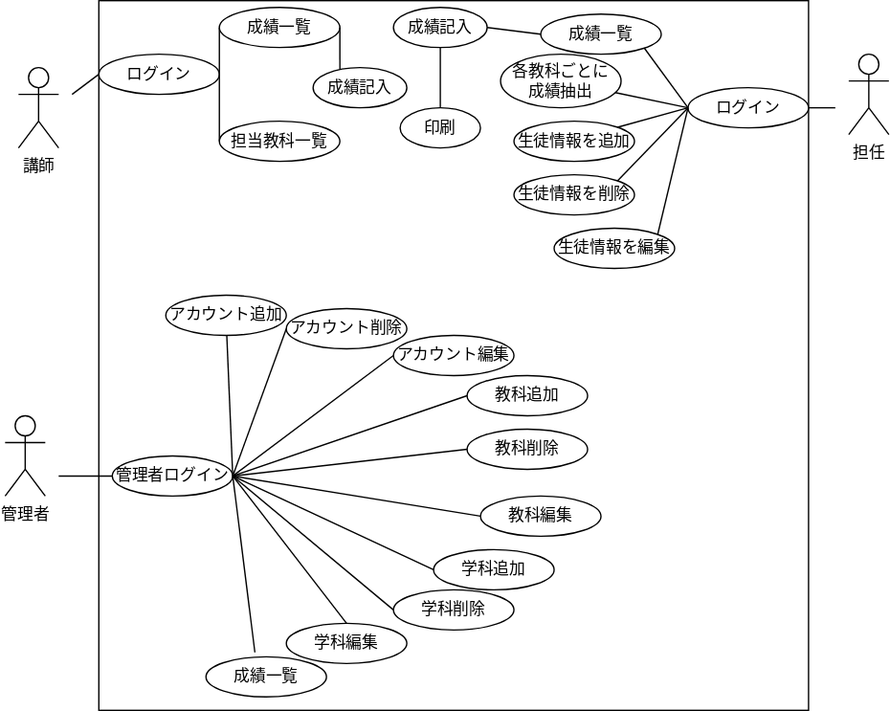
nakamachiJP/uml-introduction keeps this draw.io diagram as a.drawio.svg. Above is the earlier version. Source tidied: cells renumbered, new cells last; positions are measured from the earlier drawing's top-left corner, leaving out a move shared by most shapes.
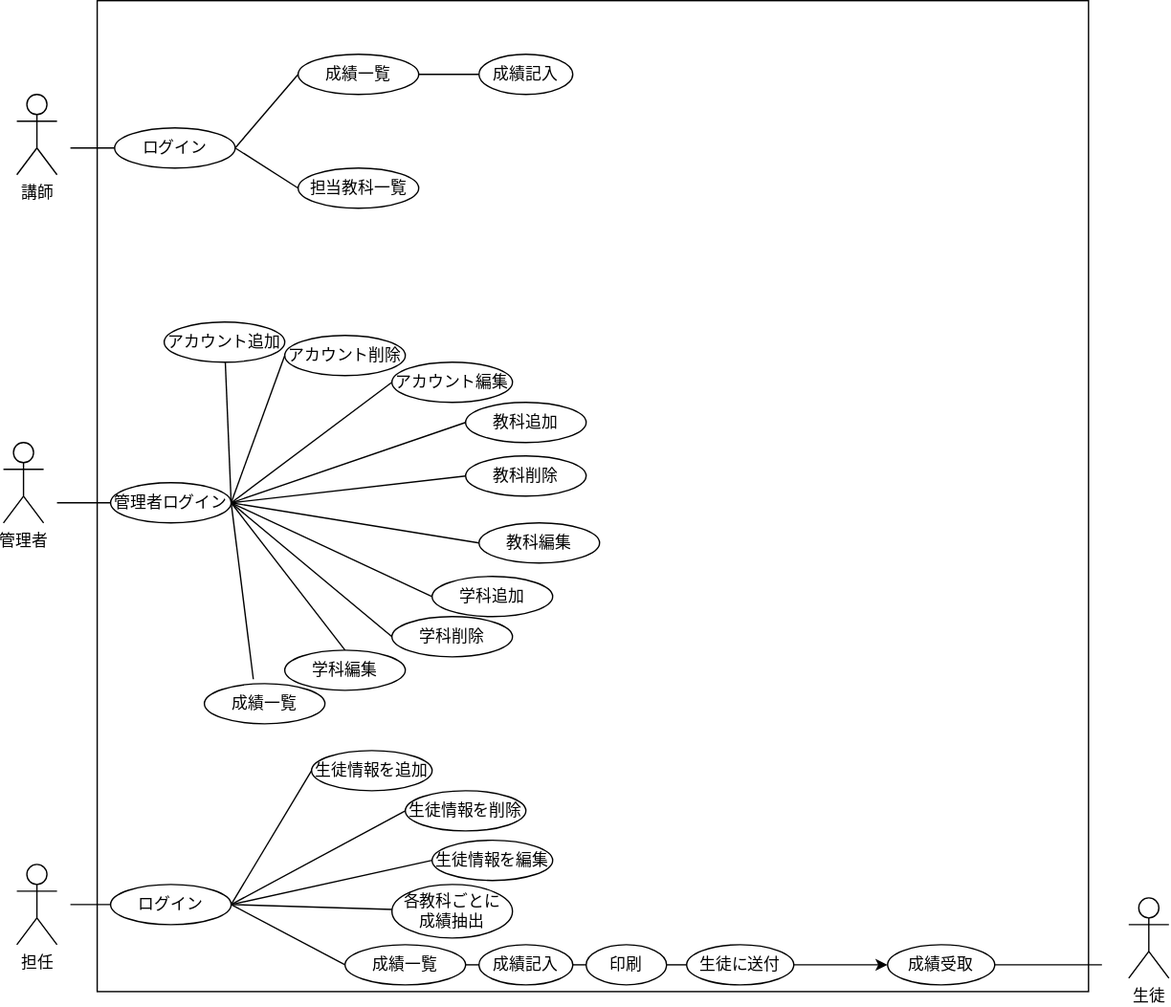
After the commit.

The edit, as a diff of the source:
```diff
@@ -9,13 +9,13 @@
       <mxGeometry y="310" width="30" height="60" as="geometry" />
     </mxCell>
     <mxCell id="4" style="whiteSpace=wrap;html=1;" parent="1" vertex="1">
-      <mxGeometry x="70" width="530" height="530" as="geometry" />
+      <mxGeometry x="70" y="-20" width="740" height="740" as="geometry" />
     </mxCell>
     <mxCell id="5" value="ログイン" style="ellipse;whiteSpace=wrap;html=1;" parent="1" vertex="1">
-      <mxGeometry x="70" y="40" width="90" height="30" as="geometry" />
+      <mxGeometry x="83" y="75" width="90" height="30" as="geometry" />
     </mxCell>
     <mxCell id="6" value="担任" style="shape=umlActor;verticalLabelPosition=bottom;verticalAlign=top;html=1;" parent="1" vertex="1">
-      <mxGeometry x="630" y="40" width="30" height="60" as="geometry" />
+      <mxGeometry x="10" y="625" width="30" height="60" as="geometry" />
     </mxCell>
     <mxCell id="7" value="管理者ログイン" style="ellipse;whiteSpace=wrap;html=1;" parent="1" vertex="1">
       <mxGeometry x="80" y="340" width="90" height="30" as="geometry" />
@@ -38,37 +38,32 @@
       <mxGeometry x="345" y="280" width="90" height="30" as="geometry" />
     </mxCell>
     <mxCell id="13" value="生徒情報を追加" style="ellipse;whiteSpace=wrap;html=1;" parent="1" vertex="1">
-      <mxGeometry x="380" y="90" width="90" height="30" as="geometry" />
+      <mxGeometry x="230" y="540" width="90" height="30" as="geometry" />
     </mxCell>
     <mxCell id="14" value="担当教科一覧" style="ellipse;whiteSpace=wrap;html=1;" parent="1" vertex="1">
-      <mxGeometry x="160" y="90" width="90" height="30" as="geometry" />
+      <mxGeometry x="220" y="105" width="90" height="30" as="geometry" />
     </mxCell>
     <mxCell id="15" style="endArrow=none;html=1;entryX=0;entryY=0.5;entryDx=0;entryDy=0;" parent="1" edge="1" target="5">
       <mxGeometry relative="1" as="geometry">
-        <mxPoint x="50" y="70" as="sourcePoint" />
+        <mxPoint x="50" y="90" as="sourcePoint" />
       </mxGeometry>
     </mxCell>
     <mxCell id="16" style="endArrow=none;html=1;entryX=0;entryY=0.5;entryDx=0;entryDy=0;exitX=1;exitY=0.5;exitDx=0;exitDy=0;" parent="1" edge="1" source="5" target="14">
       <mxGeometry relative="1" as="geometry" />
     </mxCell>
     <mxCell id="17" value="ログイン" style="ellipse;whiteSpace=wrap;html=1;" parent="1" vertex="1">
-      <mxGeometry x="510" y="65" width="90" height="30" as="geometry" />
+      <mxGeometry x="80" y="640" width="90" height="30" as="geometry" />
     </mxCell>
     <mxCell id="18" value="成績一覧" style="ellipse;whiteSpace=wrap;html=1;" parent="1" vertex="1">
-      <mxGeometry x="400" y="10" width="90" height="30" as="geometry" />
+      <mxGeometry x="255" y="685" width="90" height="30" as="geometry" />
     </mxCell>
     <mxCell id="19" value="各教科ごとに&lt;br&gt;成績抽出" style="ellipse;whiteSpace=wrap;html=1;" parent="1" vertex="1">
-      <mxGeometry x="370" y="40" width="90" height="40" as="geometry" />
+      <mxGeometry x="290" y="640" width="90" height="40" as="geometry" />
     </mxCell>
-    <mxCell id="20" style="endArrow=none;html=1;exitX=1;exitY=0.5;exitDx=0;exitDy=0;" parent="1" edge="1" source="17">
-      <mxGeometry relative="1" as="geometry">
-        <mxPoint x="620" y="80" as="targetPoint" />
-      </mxGeometry>
-    </mxCell>
-    <mxCell id="21" style="endArrow=none;html=1;exitX=1;exitY=1;exitDx=0;exitDy=0;entryX=0;entryY=0.5;entryDx=0;entryDy=0;" parent="1" edge="1" source="18" target="17">
+    <mxCell id="21" style="endArrow=none;html=1;exitX=0;exitY=0.5;exitDx=0;exitDy=0;entryX=1;entryY=0.5;entryDx=0;entryDy=0;" parent="1" edge="1" source="18" target="17">
       <mxGeometry relative="1" as="geometry" />
     </mxCell>
-    <mxCell id="22" style="endArrow=none;html=1;exitX=0;exitY=0.5;exitDx=0;exitDy=0;" parent="1" edge="1" source="17" target="19">
+    <mxCell id="22" style="endArrow=none;html=1;exitX=1;exitY=0.5;exitDx=0;exitDy=0;" parent="1" edge="1" source="17" target="19">
       <mxGeometry relative="1" as="geometry" />
     </mxCell>
     <mxCell id="23" style="endArrow=none;html=1;exitX=1;exitY=0.5;exitDx=0;exitDy=0;" parent="1" edge="1" source="7" target="9">
@@ -81,10 +76,10 @@
       <mxGeometry relative="1" as="geometry" />
     </mxCell>
     <mxCell id="26" value="生徒情報を削除" style="ellipse;whiteSpace=wrap;html=1;" parent="1" vertex="1">
-      <mxGeometry x="380" y="130" width="90" height="30" as="geometry" />
+      <mxGeometry x="300" y="570" width="90" height="30" as="geometry" />
     </mxCell>
     <mxCell id="27" value="生徒情報を編集" style="ellipse;whiteSpace=wrap;html=1;" parent="1" vertex="1">
-      <mxGeometry x="410" y="170" width="90" height="30" as="geometry" />
+      <mxGeometry x="320" y="607" width="90" height="30" as="geometry" />
     </mxCell>
     <mxCell id="28" value="学科追加" style="ellipse;whiteSpace=wrap;html=1;" parent="1" vertex="1">
       <mxGeometry x="320" y="410" width="90" height="30" as="geometry" />
@@ -107,17 +102,17 @@
     <mxCell id="34" style="endArrow=none;html=1;exitX=1;exitY=0.5;exitDx=0;exitDy=0;entryX=0.5;entryY=0;entryDx=0;entryDy=0;" parent="1" edge="1" source="7" target="32">
       <mxGeometry relative="1" as="geometry" />
     </mxCell>
-    <mxCell id="35" style="endArrow=none;html=1;exitX=1;exitY=0;exitDx=0;exitDy=0;entryX=0;entryY=0.5;entryDx=0;entryDy=0;" parent="1" edge="1" source="13" target="17">
+    <mxCell id="35" style="endArrow=none;html=1;exitX=0;exitY=0.5;exitDx=0;exitDy=0;entryX=1;entryY=0.5;entryDx=0;entryDy=0;" parent="1" edge="1" source="13" target="17">
       <mxGeometry relative="1" as="geometry" />
     </mxCell>
-    <mxCell id="36" style="endArrow=none;html=1;exitX=1;exitY=0;exitDx=0;exitDy=0;entryX=0;entryY=0.5;entryDx=0;entryDy=0;" parent="1" edge="1" source="26" target="17">
+    <mxCell id="36" style="endArrow=none;html=1;exitX=0;exitY=0.5;exitDx=0;exitDy=0;entryX=1;entryY=0.5;entryDx=0;entryDy=0;" parent="1" edge="1" source="26" target="17">
       <mxGeometry relative="1" as="geometry" />
     </mxCell>
-    <mxCell id="37" style="endArrow=none;html=1;exitX=1;exitY=0;exitDx=0;exitDy=0;entryX=0;entryY=0.5;entryDx=0;entryDy=0;" parent="1" edge="1" source="27" target="17">
+    <mxCell id="37" style="endArrow=none;html=1;exitX=0;exitY=0.5;exitDx=0;exitDy=0;entryX=1;entryY=0.5;entryDx=0;entryDy=0;" parent="1" edge="1" source="27" target="17">
       <mxGeometry relative="1" as="geometry" />
     </mxCell>
     <mxCell id="38" value="成績一覧" style="ellipse;whiteSpace=wrap;html=1;" parent="1" vertex="1">
-      <mxGeometry x="160" y="5" width="90" height="30" as="geometry" />
+      <mxGeometry x="220" y="20" width="90" height="30" as="geometry" />
     </mxCell>
     <mxCell id="39" style="endArrow=none;html=1;entryX=0;entryY=0.5;entryDx=0;entryDy=0;exitX=1;exitY=0.5;exitDx=0;exitDy=0;" parent="1" edge="1" source="5" target="38">
       <mxGeometry relative="1" as="geometry" />
@@ -129,21 +124,21 @@
       <mxGeometry relative="1" as="geometry" />
     </mxCell>
     <mxCell id="42" value="成績記入" style="ellipse;whiteSpace=wrap;html=1;" parent="1" vertex="1">
-      <mxGeometry x="230" y="50" width="70" height="30" as="geometry" />
+      <mxGeometry x="355" y="20" width="70" height="30" as="geometry" />
     </mxCell>
-    <mxCell id="43" style="endArrow=none;html=1;exitX=1;exitY=0.5;exitDx=0;exitDy=0;entryX=0.286;entryY=0.044;entryDx=0;entryDy=0;entryPerimeter=0;" parent="1" edge="1" source="38" target="42">
+    <mxCell id="43" style="endArrow=none;html=1;exitX=1;exitY=0.5;exitDx=0;exitDy=0;entryX=0;entryY=0.5;entryDx=0;entryDy=0;" parent="1" edge="1" source="38" target="42">
       <mxGeometry relative="1" as="geometry" />
     </mxCell>
     <mxCell id="44" value="成績記入" style="ellipse;whiteSpace=wrap;html=1;" parent="1" vertex="1">
-      <mxGeometry x="290" y="5" width="70" height="30" as="geometry" />
+      <mxGeometry x="355" y="685" width="70" height="30" as="geometry" />
     </mxCell>
-    <mxCell id="45" style="endArrow=none;html=1;exitX=1;exitY=0.5;exitDx=0;exitDy=0;entryX=0;entryY=0.5;entryDx=0;entryDy=0;" parent="1" edge="1" source="44" target="18">
+    <mxCell id="45" style="endArrow=none;html=1;exitX=0;exitY=0.5;exitDx=0;exitDy=0;entryX=1;entryY=0.5;entryDx=0;entryDy=0;" parent="1" edge="1" source="44" target="18">
       <mxGeometry relative="1" as="geometry" />
     </mxCell>
     <mxCell id="46" value="印刷" style="ellipse;whiteSpace=wrap;html=1;" parent="1" vertex="1">
-      <mxGeometry x="295" y="80" width="60" height="30" as="geometry" />
+      <mxGeometry x="435" y="685" width="60" height="30" as="geometry" />
     </mxCell>
-    <mxCell id="47" style="endArrow=none;html=1;exitX=0.5;exitY=0;exitDx=0;exitDy=0;entryX=0.5;entryY=1;entryDx=0;entryDy=0;" parent="1" edge="1" source="46" target="44">
+    <mxCell id="47" style="endArrow=none;html=1;exitX=0;exitY=0.5;exitDx=0;exitDy=0;entryX=1;entryY=0.5;entryDx=0;entryDy=0;" parent="1" edge="1" source="46" target="44">
       <mxGeometry relative="1" as="geometry" />
     </mxCell>
     <mxCell id="48" value="教科削除" style="ellipse;whiteSpace=wrap;html=1;" parent="1" vertex="1">
@@ -158,5 +153,32 @@
     <mxCell id="51" style="endArrow=none;html=1;entryX=0;entryY=0.5;entryDx=0;entryDy=0;exitX=1;exitY=0.5;exitDx=0;exitDy=0;" parent="1" edge="1" source="7" target="50">
       <mxGeometry relative="1" as="geometry" />
     </mxCell>
+    <mxCell id="52" style="endArrow=none;html=1;exitX=0;exitY=0.5;exitDx=0;exitDy=0;" parent="1" edge="1" source="17">
+      <mxGeometry relative="1" as="geometry">
+        <mxPoint x="50" y="655" as="targetPoint" />
+      </mxGeometry>
+    </mxCell>
+    <mxCell id="53" style="endArrow=none;html=1;exitX=1;exitY=0.5;exitDx=0;exitDy=0;entryX=0;entryY=0.5;entryDx=0;entryDy=0;" parent="1" edge="1" source="46" target="54">
+      <mxGeometry relative="1" as="geometry" />
+    </mxCell>
+    <mxCell id="54" value="生徒に送付" style="ellipse;whiteSpace=wrap;html=1;" parent="1" vertex="1">
+      <mxGeometry x="510" y="685" width="80" height="30" as="geometry" />
+    </mxCell>
+    <mxCell id="55" value="生徒" style="shape=umlActor;verticalLabelPosition=bottom;verticalAlign=top;html=1;" parent="1" vertex="1">
+      <mxGeometry x="840" y="650" width="30" height="60" as="geometry" />
+    </mxCell>
+    <mxCell id="56" style="endArrow=classic;html=1;exitX=1;exitY=0.5;exitDx=0;exitDy=0;" parent="1" edge="1" source="54">
+      <mxGeometry relative="1" as="geometry">
+        <mxPoint x="660" y="700" as="targetPoint" />
+      </mxGeometry>
+    </mxCell>
+    <mxCell id="57" value="成績受取" style="ellipse;whiteSpace=wrap;html=1;" parent="1" vertex="1">
+      <mxGeometry x="660" y="685" width="80" height="30" as="geometry" />
+    </mxCell>
+    <mxCell id="58" style="endArrow=none;html=1;entryX=1;entryY=0.5;entryDx=0;entryDy=0;" parent="1" edge="1" target="57">
+      <mxGeometry relative="1" as="geometry">
+        <mxPoint x="820" y="700" as="sourcePoint" />
+      </mxGeometry>
+    </mxCell>
   </root>
 </mxGraphModel>
```
